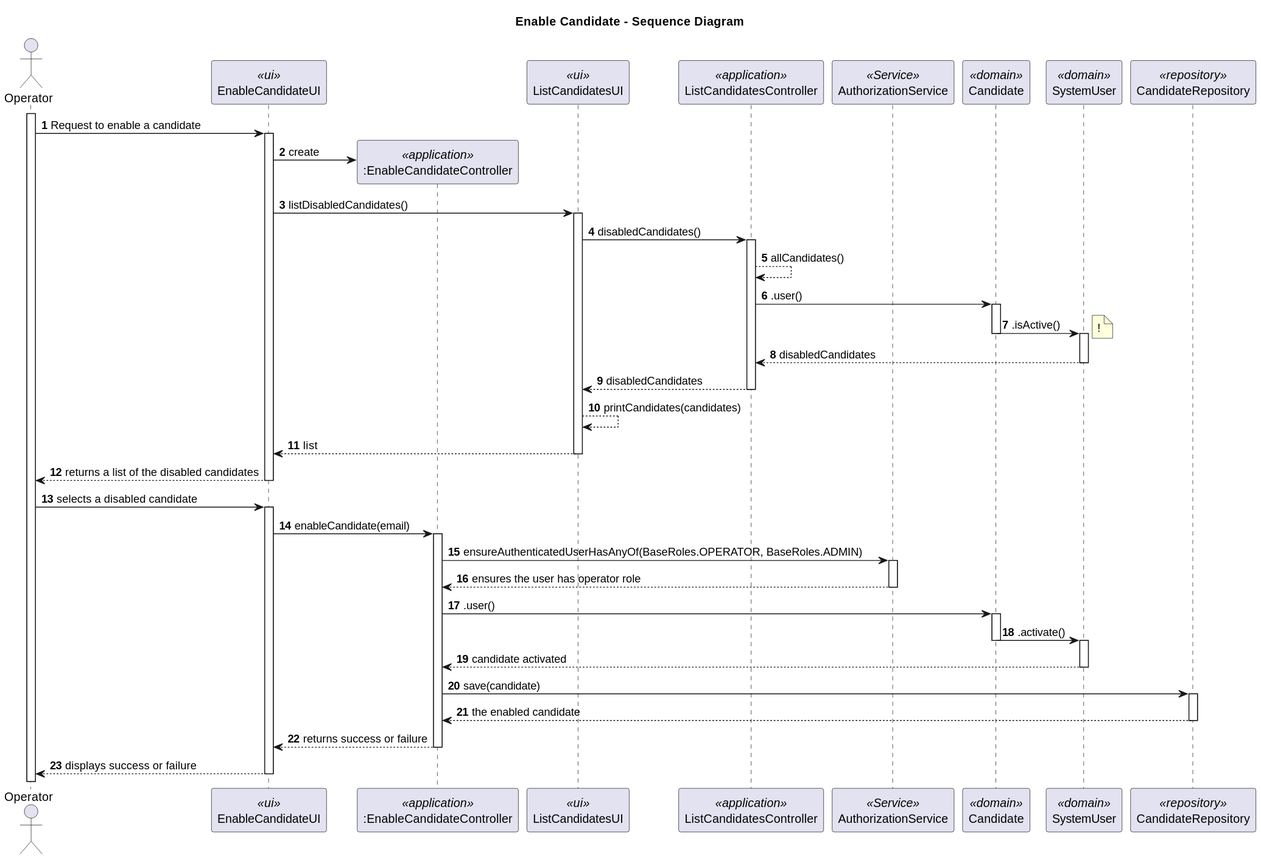
marcoferreira37/Lapr4 keeps this PlantUML diagram as docs/sprintC/2000b/svg/2000b-EnableCandidate-sequence-diagram.svg. Above is the earlier version. Its diagram source:
```plantuml
@startuml
title Enable Candidate - Sequence Diagram

autonumber
actor Operator as ADM
participant "EnableCandidateUI" as UI <<ui>>
participant ":EnableCandidateController" as CTRL <<application>>
participant "ListCandidatesUI" as LUI <<ui>>
participant "ListCandidatesController" as LCTRL <<application>>
participant "AuthorizationService" as AS <<Service>>
participant "Candidate" as EU <<domain>>
participant "SystemUser" as SYS <<domain>>
participant "CandidateRepository" as REPO <<repository>>


activate ADM
ADM-> UI : Request to enable a candidate
activate UI
UI -> CTRL** : create
UI -> LUI: listDisabledCandidates()
activate LUI
LUI-> LCTRL :disabledCandidates()
activate LCTRL
LCTRL-->LCTRL: allCandidates()
LCTRL-> EU: .user()
activate EU
EU-> SYS : .isActive()
note right
    !
end note
deactivate EU
activate SYS
SYS-->LCTRL:disabledCandidates
deactivate SYS
LCTRL-->LUI:disabledCandidates
deactivate LCTRL
LUI-->LUI:printCandidates(candidates)
LUI --> UI : list
deactivate LUI
UI-->ADM: returns a list of the disabled candidates
deactivate UI
ADM -> UI : selects a disabled candidate
activate UI
UI -> CTRL : enableCandidate(email)
activate CTRL
CTRL-> AS:ensureAuthenticatedUserHasAnyOf(BaseRoles.OPERATOR, BaseRoles.ADMIN)
activate AS
AS--> CTRL: ensures the user has operator role
deactivate AS
CTRL-> EU: .user()
activate EU
EU -> SYS : .activate()
deactivate EU
activate SYS
SYS--> CTRL :candidate activated
deactivate SYS
CTRL -> REPO : save(candidate)
activate REPO
REPO--> CTRL: the enabled candidate
deactivate REPO
deactivate SYS
CTRL --> UI : returns success or failure
deactivate CTRL
UI --> ADM : displays success or failure
deactivate UI
@enduml
```
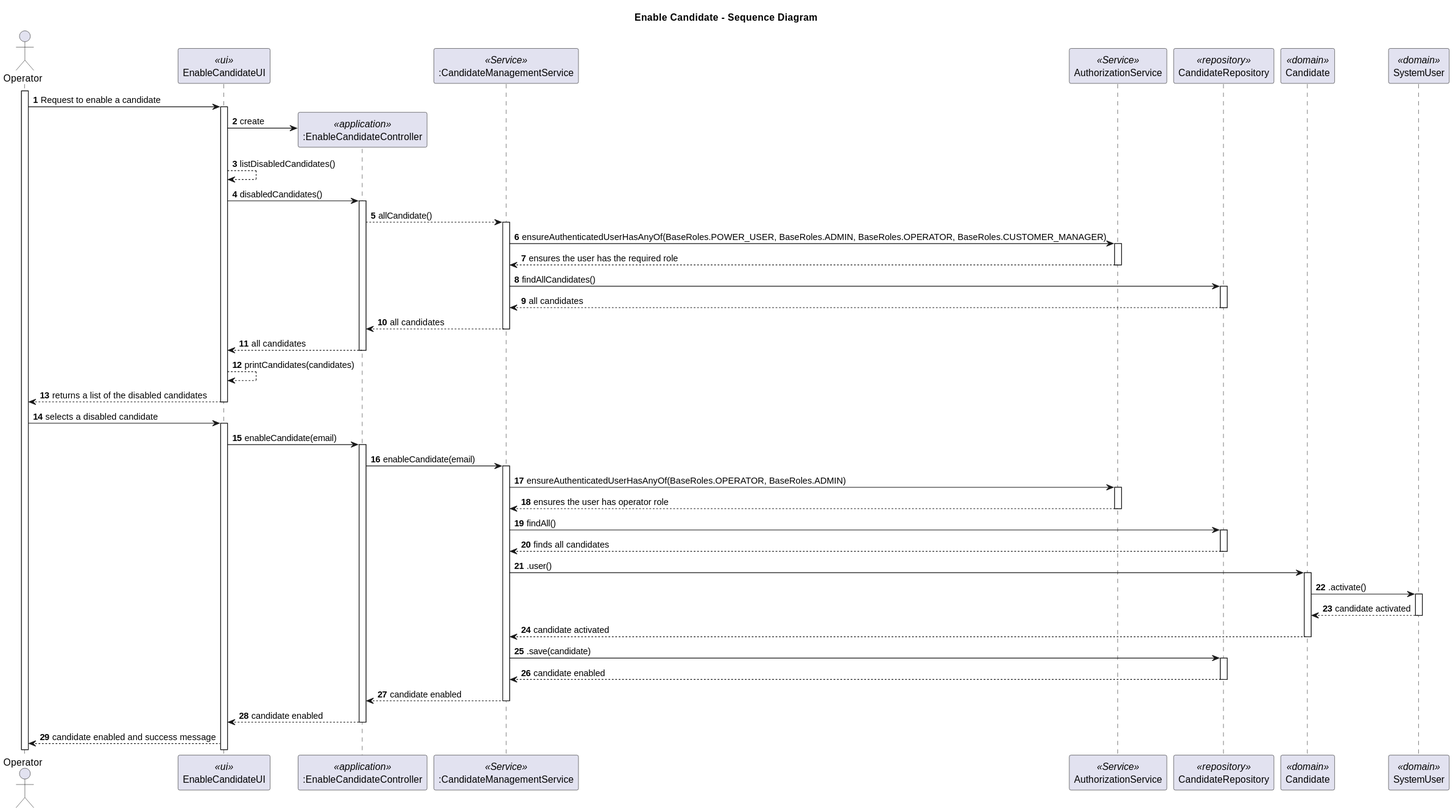
After the commit.

Change to the diagram source:
```diff
@@ -5,62 +5,65 @@
 actor Operator as ADM
 participant "EnableCandidateUI" as UI <<ui>>
 participant ":EnableCandidateController" as CTRL <<application>>
-participant "ListCandidatesUI" as LUI <<ui>>
-participant "ListCandidatesController" as LCTRL <<application>>
+participant ":CandidateManagementService" as CMS <<Service>>
 participant "AuthorizationService" as AS <<Service>>
+participant "CandidateRepository" as REPO <<repository>>
 participant "Candidate" as EU <<domain>>
 participant "SystemUser" as SYS <<domain>>
-participant "CandidateRepository" as REPO <<repository>>
-
 
 activate ADM
 ADM-> UI : Request to enable a candidate
 activate UI
 UI -> CTRL** : create
-UI -> LUI: listDisabledCandidates()
-activate LUI
-LUI-> LCTRL :disabledCandidates()
-activate LCTRL
-LCTRL-->LCTRL: allCandidates()
-LCTRL-> EU: .user()
-activate EU
-EU-> SYS : .isActive()
-note right
-    !
-end note
-deactivate EU
-activate SYS
-SYS-->LCTRL:disabledCandidates
-deactivate SYS
-LCTRL-->LUI:disabledCandidates
-deactivate LCTRL
-LUI-->LUI:printCandidates(candidates)
-LUI --> UI : list
-deactivate LUI
+UI --> UI: listDisabledCandidates()
+UI-> CTRL :disabledCandidates()
+activate CTRL
+CTRL-->CMS: allCandidate()
+activate CMS
+CMS->AS: ensureAuthenticatedUserHasAnyOf(BaseRoles.POWER_USER, BaseRoles.ADMIN, BaseRoles.OPERATOR, BaseRoles.CUSTOMER_MANAGER)
+activate AS
+AS-->CMS: ensures the user has the required role
+deactivate AS
+CMS->REPO: findAllCandidates()
+activate REPO
+REPO-->CMS: all candidates
+deactivate REPO
+CMS-->CTRL: all candidates
+deactivate CMS
+CTRL-->UI: all candidates
+deactivate CTRL
+UI-->UI: printCandidates(candidates)
 UI-->ADM: returns a list of the disabled candidates
 deactivate UI
 ADM -> UI : selects a disabled candidate
 activate UI
 UI -> CTRL : enableCandidate(email)
 activate CTRL
-CTRL-> AS:ensureAuthenticatedUserHasAnyOf(BaseRoles.OPERATOR, BaseRoles.ADMIN)
+CTRL->CMS:enableCandidate(email)
+activate CMS
+CMS->AS:ensureAuthenticatedUserHasAnyOf(BaseRoles.OPERATOR, BaseRoles.ADMIN)
 activate AS
-AS--> CTRL: ensures the user has operator role
+AS--> CMS: ensures the user has operator role
 deactivate AS
-CTRL-> EU: .user()
+CMS->REPO: findAll()
+activate REPO
+REPO-->CMS: finds all candidates
+deactivate REPO
+CMS->EU:.user()
 activate EU
-EU -> SYS : .activate()
+EU->SYS:.activate()
+activate SYS
+SYS-->EU: candidate activated
+deactivate SYS
+EU-->CMS: candidate activated
 deactivate EU
-activate SYS
-SYS--> CTRL :candidate activated
-deactivate SYS
-CTRL -> REPO : save(candidate)
+CMS->REPO:.save(candidate)
 activate REPO
-REPO--> CTRL: the enabled candidate
+REPO-->CMS: candidate enabled
 deactivate REPO
-deactivate SYS
-CTRL --> UI : returns success or failure
+CMS-->CTRL: candidate enabled
+deactivate CMS
+CTRL-->UI: candidate enabled
 deactivate CTRL
-UI --> ADM : displays success or failure
-deactivate UI
+UI-->ADM: candidate enabled and success message
 @enduml
```
